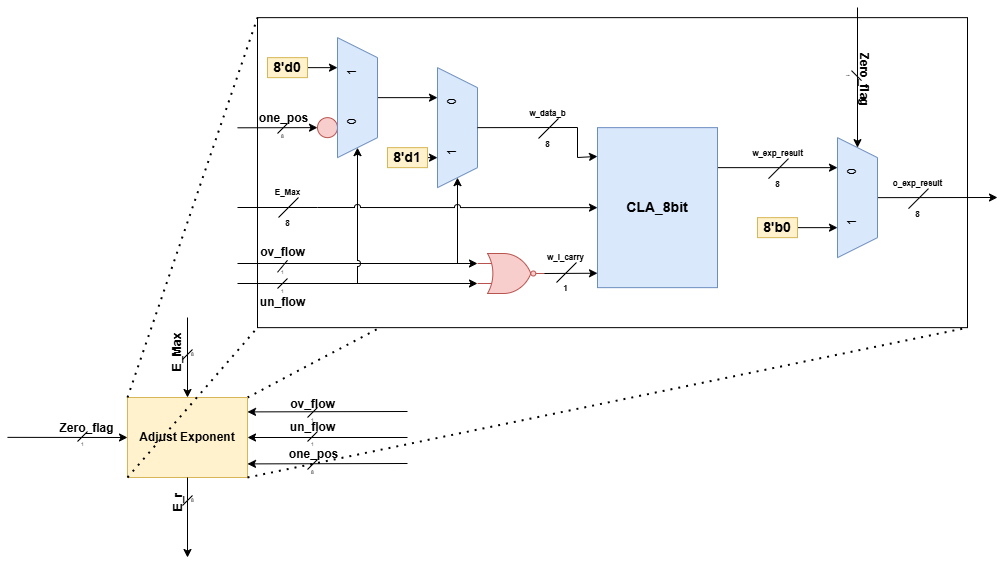
Noname-29-lnin/Floating_point keeps this draw.io diagram as 20_docs/my-chapters/my-diagrams/EXP_adjust.png. Above is the earlier version. Source tidied: cells renumbered, new cells last; positions are measured from the earlier drawing's top-left corner, leaving out a move shared by most shapes.
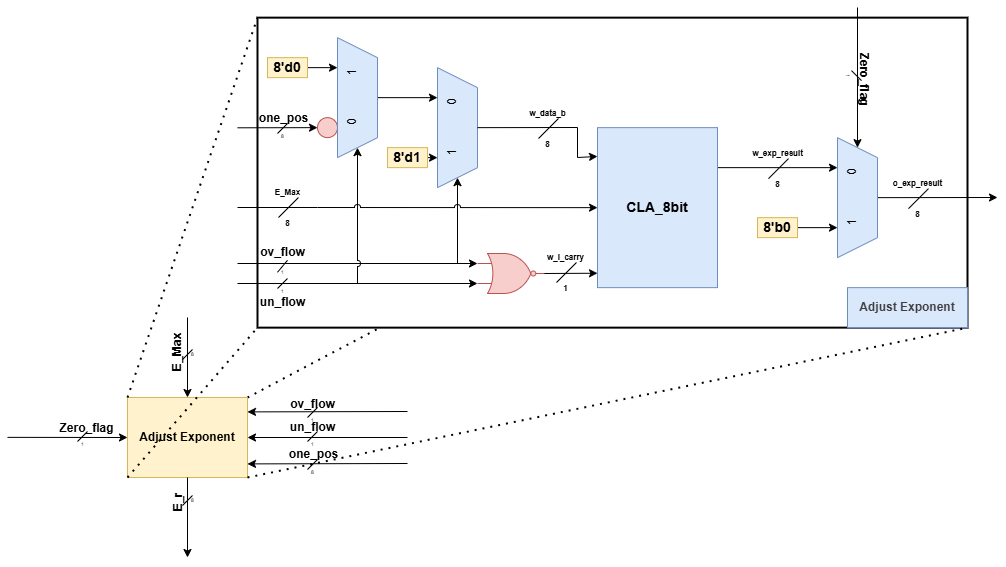
After the commit.

Diff of the diagram source:
```diff
@@ -131,7 +131,7 @@
     <mxCell id="34" style="group;" parent="1" vertex="1">
       <mxGeometry x="230" width="730" height="320.1" as="geometry" />
     </mxCell>
-    <mxCell id="35" style="whiteSpace=wrap;html=1;" parent="34" vertex="1">
+    <mxCell id="35" style="whiteSpace=wrap;html=1;strokeWidth=2;" parent="34" vertex="1">
       <mxGeometry x="20" y="10.1" width="710" height="310" as="geometry" />
     </mxCell>
     <mxCell id="36" style="edgeStyle=none;html=1;exitX=1;exitY=0.25;exitDx=0;exitDy=0;entryX=0.25;entryY=1;entryDx=0;entryDy=0;" parent="34" edge="1" source="37" target="40">
@@ -398,6 +398,9 @@
     <mxCell id="105" value="&lt;span style=&quot;font-size: 8px;&quot;&gt;&lt;b&gt;E_Max&lt;/b&gt;&lt;/span&gt;" style="text;html=1;align=center;verticalAlign=middle;strokeColor=none;fillColor=none;" parent="102" vertex="1">
       <mxGeometry x="-5" width="50" height="30" as="geometry" />
     </mxCell>
+    <mxCell id="109" value="&lt;b style=&quot;color: rgb(63, 63, 63); scrollbar-color: rgb(226, 226, 226) rgb(251, 251, 251);&quot;&gt;Adjust Exponent&lt;/b&gt;" style="whiteSpace=wrap;html=1;fillColor=#dae8fc;strokeColor=#6c8ebf;" parent="34" vertex="1">
+      <mxGeometry x="610" y="280.1" width="120" height="40" as="geometry" />
+    </mxCell>
     <mxCell id="106" style="endArrow=none;dashed=1;html=1;dashPattern=1 3;strokeWidth=2;entryX=0;entryY=0;entryDx=0;entryDy=0;exitX=0;exitY=0;exitDx=0;exitDy=0;exitPerimeter=0;" parent="1" edge="1" source="3" target="35">
       <mxGeometry relative="1" as="geometry" />
     </mxCell>
```
